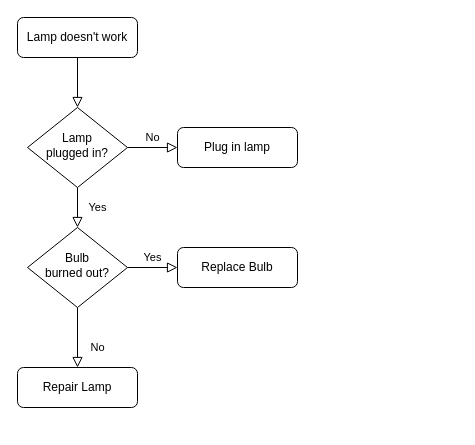
Above: CSS - My site/CSS - My Site Images/leapYear.drawio in stlan11/cv (draw.io), before the change. Source tidied: cells renumbered, new cells numbered last; positions are measured from the earlier drawing's top-left corner, leaving out a move shared by most shapes. Both pictures are drawn from the tidied source at 100%, with x=0, y=0 at pixel (17, 17).
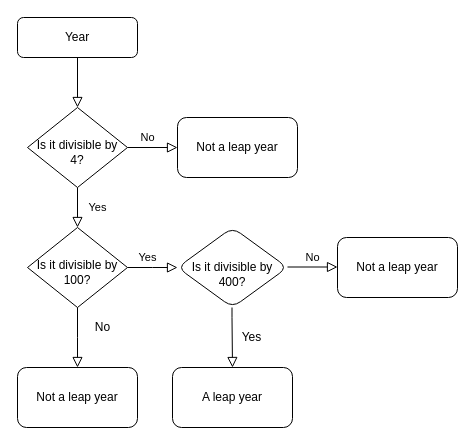
After the change.

Diff of the diagram source:
```diff
@@
-    <mxCell id="3" value="Lamp doesn't work" style="rounded=1;whiteSpace=wrap;html=1;fontSize=12;glass=0;strokeWidth=1;shadow=0;" parent="1" vertex="1">
+    <mxCell id="3" value="Year" style="rounded=1;whiteSpace=wrap;html=1;fontSize=12;glass=0;strokeWidth=1;shadow=0;" parent="1" vertex="1">
       <mxGeometry width="120" height="40" as="geometry" />
     </mxCell>
@@
     <mxCell id="5" value="No" style="edgeStyle=orthogonalEdgeStyle;rounded=0;html=1;jettySize=auto;fontSize=11;endArrow=block;endFill=0;endSize=8;strokeWidth=1;shadow=0;labelBackgroundColor=none;" parent="1" edge="1" source="6" target="7">
-      <mxGeometry y="10" relative="1" as="geometry" />
+      <mxGeometry x="-0.2" y="10" relative="1" as="geometry" />
     </mxCell>
-    <mxCell id="6" value="Lamp&lt;br&gt;plugged in?" style="rhombus;whiteSpace=wrap;html=1;shadow=0;fontFamily=Helvetica;fontSize=12;align=center;strokeWidth=1;spacing=6;spacingTop=-4;" parent="1" vertex="1">
+    <mxCell id="6" value="&lt;br&gt;Is it divisible by 4?" style="rhombus;whiteSpace=wrap;html=1;shadow=0;fontFamily=Helvetica;fontSize=12;align=center;strokeWidth=1;spacing=6;spacingTop=-4;" parent="1" vertex="1">
       <mxGeometry x="10" y="90" width="100" height="80" as="geometry" />
     </mxCell>
-    <mxCell id="7" value="Plug in lamp" style="rounded=1;whiteSpace=wrap;html=1;fontSize=12;glass=0;strokeWidth=1;shadow=0;" parent="1" vertex="1">
-      <mxGeometry x="160" y="110" width="120" height="40" as="geometry" />
+    <mxCell id="7" value="Not a leap year" style="rounded=1;whiteSpace=wrap;html=1;fontSize=12;glass=0;strokeWidth=1;shadow=0;" parent="1" vertex="1">
+      <mxGeometry x="160" y="100" width="120" height="60" as="geometry" />
     </mxCell>
-    <mxCell id="8" value="No" style="rounded=0;html=1;jettySize=auto;fontSize=11;endArrow=block;endFill=0;endSize=8;strokeWidth=1;shadow=0;labelBackgroundColor=none;edgeStyle=orthogonalEdgeStyle;" parent="1" edge="1" source="10" target="11">
-      <mxGeometry x="0.33" y="20" relative="1" as="geometry" />
-    </mxCell>
-    <mxCell id="9" value="Yes" style="edgeStyle=orthogonalEdgeStyle;rounded=0;html=1;jettySize=auto;fontSize=11;endArrow=block;endFill=0;endSize=8;strokeWidth=1;shadow=0;labelBackgroundColor=none;" parent="1" edge="1" source="10" target="12">
-      <mxGeometry y="10" relative="1" as="geometry" />
+    <mxCell id="9" value="Yes" style="edgeStyle=orthogonalEdgeStyle;rounded=0;html=1;jettySize=auto;fontSize=11;endArrow=block;endFill=0;endSize=8;strokeWidth=1;shadow=0;labelBackgroundColor=none;" parent="1" edge="1" source="10">
+      <mxGeometry x="-0.2" y="10" relative="1" as="geometry">
+        <mxPoint x="160" y="250" as="targetPoint" />
+      </mxGeometry>
     </mxCell>
-    <mxCell id="10" value="Bulb&lt;br&gt;burned out?" style="rhombus;whiteSpace=wrap;html=1;shadow=0;fontFamily=Helvetica;fontSize=12;align=center;strokeWidth=1;spacing=6;spacingTop=-4;" parent="1" vertex="1">
+    <mxCell id="10" value="&lt;br&gt;Is it divisible by 100?" style="rhombus;whiteSpace=wrap;html=1;shadow=0;fontFamily=Helvetica;fontSize=12;align=center;strokeWidth=1;spacing=6;spacingTop=-4;" parent="1" vertex="1">
       <mxGeometry x="10" y="210" width="100" height="80" as="geometry" />
     </mxCell>
-    <mxCell id="11" value="Repair Lamp" style="rounded=1;whiteSpace=wrap;html=1;fontSize=12;glass=0;strokeWidth=1;shadow=0;" parent="1" vertex="1">
-      <mxGeometry y="350" width="120" height="40" as="geometry" />
-    </mxCell>
-    <mxCell id="12" value="Replace Bulb" style="rounded=1;whiteSpace=wrap;html=1;fontSize=12;glass=0;strokeWidth=1;shadow=0;" parent="1" vertex="1">
-      <mxGeometry x="160" y="230" width="120" height="40" as="geometry" />
-    </mxCell>
+    <mxCell id="13" value="A leap year" style="whiteSpace=wrap;html=1;rounded=1;shadow=0;strokeWidth=1;glass=0;" parent="1" vertex="1">
+      <mxGeometry x="155" y="350" width="120" height="60" as="geometry" />
+    </mxCell>
+    <mxCell id="14" style="rounded=0;html=1;jettySize=auto;orthogonalLoop=1;fontSize=11;endArrow=block;endFill=0;endSize=8;strokeWidth=1;shadow=0;labelBackgroundColor=none;edgeStyle=orthogonalEdgeStyle;" parent="1" edge="1">
+      <mxGeometry relative="1" as="geometry">
+        <mxPoint x="214.5" y="290" as="sourcePoint" />
+        <mxPoint x="215" y="350" as="targetPoint" />
+        <Array as="points">
+          <mxPoint x="215" y="300" />
+          <mxPoint x="215" y="300" />
+        </Array>
+      </mxGeometry>
+    </mxCell>
+    <mxCell id="15" value="&lt;br&gt;Is it divisible by 400?" style="rhombus;whiteSpace=wrap;html=1;rounded=1;shadow=0;strokeWidth=1;glass=0;" parent="1" vertex="1">
+      <mxGeometry x="160" y="210" width="110" height="80" as="geometry" />
+    </mxCell>
+    <mxCell id="16" value="Yes" style="text;html=1;align=center;verticalAlign=middle;fillColor=none;strokeColor=none;rounded=0;" parent="1" vertex="1">
+      <mxGeometry x="214" y="310" width="40" height="20" as="geometry" />
+    </mxCell>
+    <mxCell id="17" style="rounded=0;html=1;jettySize=auto;fontSize=11;endArrow=block;endFill=0;endSize=8;strokeWidth=1;shadow=0;labelBackgroundColor=none;edgeStyle=orthogonalEdgeStyle;exitX=0.5;exitY=1;exitDx=0;exitDy=0;" parent="1" edge="1" source="10">
+      <mxGeometry relative="1" as="geometry">
+        <mxPoint x="60" y="350" as="targetPoint" />
+      </mxGeometry>
+    </mxCell>
+    <mxCell id="18" value="Not a leap year" style="whiteSpace=wrap;html=1;rounded=1;shadow=0;strokeWidth=1;glass=0;" parent="1" vertex="1">
+      <mxGeometry x="320" y="220" width="120" height="60" as="geometry" />
+    </mxCell>
+    <mxCell id="19" value="No" style="edgeStyle=orthogonalEdgeStyle;rounded=0;html=1;jettySize=auto;orthogonalLoop=1;fontSize=11;endArrow=block;endFill=0;endSize=8;strokeWidth=1;shadow=0;labelBackgroundColor=none;" parent="1" edge="1">
+      <mxGeometry y="10" relative="1" as="geometry">
+        <mxPoint x="270" y="249.5" as="sourcePoint" />
+        <mxPoint x="320" y="249.5" as="targetPoint" />
+      </mxGeometry>
+    </mxCell>
+    <mxCell id="20" value="Not a leap year" style="whiteSpace=wrap;html=1;rounded=1;shadow=0;strokeWidth=1;glass=0;" parent="1" vertex="1">
+      <mxGeometry y="350" width="120" height="60" as="geometry" />
+    </mxCell>
+    <mxCell id="21" value="No" style="text;html=1;align=center;verticalAlign=middle;fillColor=none;strokeColor=none;rounded=0;" parent="1" vertex="1">
+      <mxGeometry x="70" y="300" width="30" height="20" as="geometry" />
+    </mxCell>
```
